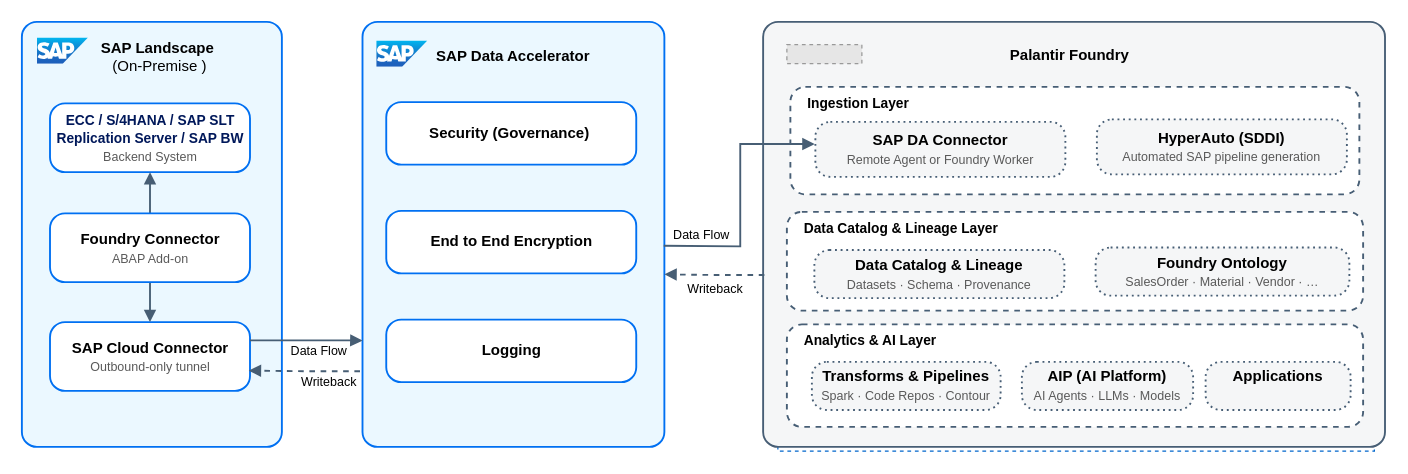
Before: docs/ref-arch/RA0032/1-integration-with-palantir/drawio/sap-data-accelerator-palantir.drawio in SAP/architecture-center, a draw.io diagram. Source tidied: cells renumbered, new cells numbered last; positions are measured from the earlier drawing's top-left corner, leaving out a move shared by most shapes. Both pictures are drawn from the tidied source at 125%, with x=0, y=0 at pixel (21, 21). Pictures stored in the file or linked from it are replaced by grey dashed boxes.
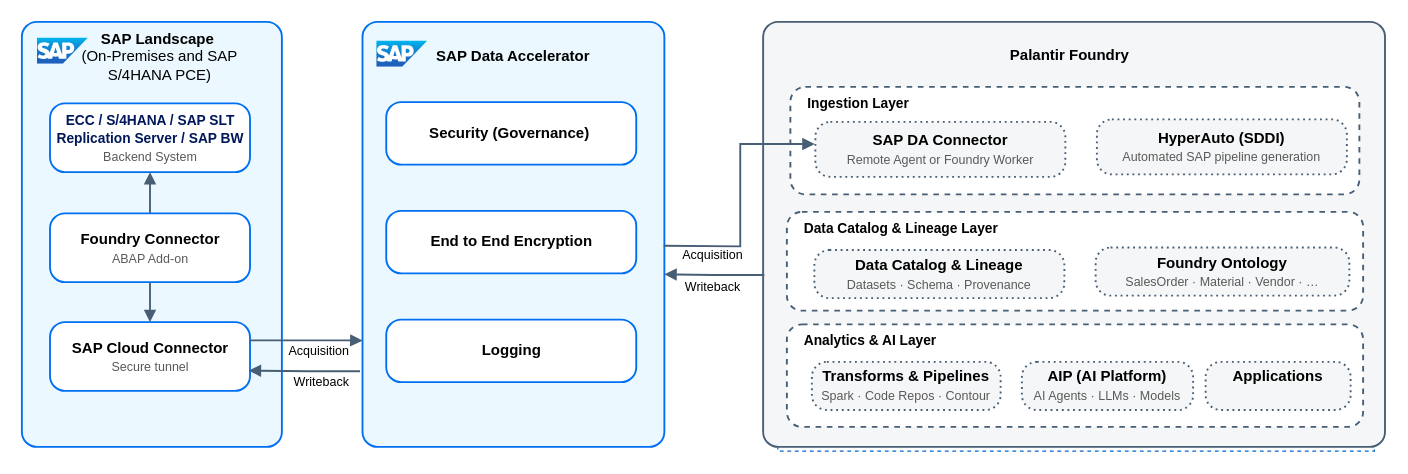
After the change.

Commit message (it also covers changes not shown here):
Fix: update diagrams — solid writeback arrows, Acquisition labels, SAP Landscape label, Secure tunnel

Diff of the diagram source:
```diff
@@
-    <mxCell id="7" value="&lt;b&gt;SAP Cloud Connector&lt;/b&gt;&lt;br/&gt;&lt;span style='font-size:10px;color:#595959'&gt;Outbound-only tunnel&lt;/span&gt;" style="rounded=1;arcSize=24;strokeColor=#0070F2;fillColor=#ffffff;fontColor=default;fontFamily=Helvetica;fontSize=12;strokeWidth=1.5;whiteSpace=wrap;html=1;verticalAlign=middle;align=center;absoluteArcSize=1;" parent="1" vertex="1">
+    <mxCell id="7" value="&lt;b&gt;SAP Cloud Connector&lt;/b&gt;&lt;br/&gt;&lt;span style='font-size:10px;color:#595959'&gt;Secure tunnel&lt;/span&gt;" style="rounded=1;arcSize=24;strokeColor=#0070F2;fillColor=#ffffff;fontColor=default;fontFamily=Helvetica;fontSize=12;strokeWidth=1.5;whiteSpace=wrap;html=1;verticalAlign=middle;align=center;absoluteArcSize=1;" parent="1" vertex="1">
       <mxGeometry x="22.5" y="240.2" width="160" height="55" as="geometry" />
     </mxCell>
@@
-    <mxCell id="15" style="edgeStyle=orthogonalEdgeStyle;rounded=0;orthogonalLoop=1;jettySize=auto;html=1;entryX=0.994;entryY=0.609;entryDx=0;entryDy=0;entryPerimeter=0;dashed=1;endArrow=block;endFill=1;strokeColor=#475E74;strokeWidth=1.5;" parent="1" edge="1">
+    <mxCell id="15" style="edgeStyle=orthogonalEdgeStyle;rounded=0;orthogonalLoop=1;jettySize=auto;html=1;entryX=0.994;entryY=0.609;entryDx=0;entryDy=0;entryPerimeter=0;endArrow=block;endFill=1;strokeColor=#475E74;strokeWidth=1.5;" parent="1" edge="1">
       <mxGeometry relative="1" as="geometry">
         <mxPoint x="270.5" y="279.5" as="sourcePoint" />
         <mxPoint x="181.5" y="279" as="targetPoint" />
         <Array as="points">
           <mxPoint x="230" y="279.5" />
         </Array>
       </mxGeometry>
     </mxCell>
-    <mxCell id="16" style="edgeStyle=orthogonalEdgeStyle;rounded=0;orthogonalLoop=1;jettySize=auto;html=1;dashed=1;strokeColor=#475E74;endArrow=block;endFill=1;strokeWidth=1.5;" parent="1" edge="1">
+    <mxCell id="16" style="edgeStyle=orthogonalEdgeStyle;rounded=0;orthogonalLoop=1;jettySize=auto;html=1;strokeColor=#475E74;endArrow=block;endFill=1;strokeWidth=1.5;" parent="1" edge="1">
       <mxGeometry relative="1" as="geometry">
         <mxPoint x="594" y="202.5" as="sourcePoint" />
         <mxPoint x="514" y="202" as="targetPoint" />
         <Array as="points">
           <mxPoint x="553.5" y="201.2" />
         </Array>
       </mxGeometry>
     </mxCell>
     <mxCell id="17" value="&lt;font style=&quot;font-size: 10px;&quot;&gt;Writeback&lt;/font&gt;" style="text;html=1;whiteSpace=wrap;strokeColor=none;fillColor=none;align=center;verticalAlign=middle;rounded=0;" parent="1" vertex="1">
-      <mxGeometry x="525" y="198" width="60" height="30" as="geometry" />
+      <mxGeometry x="523" y="197" width="60" height="30" as="geometry" />
     </mxCell>
     <mxCell id="18" value="&lt;font style=&quot;font-size: 10px;&quot;&gt;Writeback&lt;/font&gt;" style="text;html=1;whiteSpace=wrap;strokeColor=none;fillColor=none;align=center;verticalAlign=middle;rounded=0;" parent="1" vertex="1">
-      <mxGeometry x="216" y="272.5" width="60" height="30" as="geometry" />
+      <mxGeometry x="210" y="272.5" width="60" height="30" as="geometry" />
     </mxCell>
-    <mxCell id="19" value="&lt;font style=&quot;font-size: 10px;&quot;&gt;Data Flow&lt;/font&gt;" style="text;html=1;whiteSpace=wrap;strokeColor=none;fillColor=none;align=center;verticalAlign=middle;rounded=0;" parent="1" vertex="1">
+    <mxCell id="19" value="&lt;font style=&quot;font-size: 10px;&quot;&gt;Acquisition&lt;/font&gt;" style="text;html=1;whiteSpace=wrap;strokeColor=none;fillColor=none;align=center;verticalAlign=middle;rounded=0;" parent="1" vertex="1">
       <mxGeometry x="208" y="248" width="60" height="30" as="geometry" />
     </mxCell>
-    <mxCell id="20" value="&lt;font style=&quot;font-size: 10px;&quot;&gt;Data Flow&lt;/font&gt;" style="text;html=1;whiteSpace=wrap;strokeColor=none;fillColor=none;align=center;verticalAlign=middle;rounded=0;" parent="1" vertex="1">
-      <mxGeometry x="514" y="154.5" width="60" height="30" as="geometry" />
+    <mxCell id="20" value="&lt;font style=&quot;font-size: 10px;&quot;&gt;Acquisition&lt;/font&gt;" style="text;html=1;whiteSpace=wrap;strokeColor=none;fillColor=none;align=center;verticalAlign=middle;rounded=0;" parent="1" vertex="1">
+      <mxGeometry x="523" y="171.3" width="60" height="30" as="geometry" />
     </mxCell>
@@
-    <mxCell id="22" value="&lt;b&gt;SAP Landscape&amp;nbsp;&lt;/b&gt;&lt;div&gt;(On-Premise )&lt;/div&gt;" style="text;html=1;whiteSpace=wrap;strokeColor=none;fillColor=none;align=center;verticalAlign=middle;rounded=0;" parent="1" vertex="1">
+    <mxCell id="22" value="&lt;b&gt;SAP Landscape&amp;nbsp;&lt;/b&gt;&lt;div&gt;(On-Premises and SAP S/4HANA PCE)&lt;/div&gt;" style="text;html=1;whiteSpace=wrap;strokeColor=none;fillColor=none;align=center;verticalAlign=middle;rounded=0;" parent="1" vertex="1">
       <mxGeometry x="34.5" y="13" width="151" height="30" as="geometry" />
     </mxCell>
-    <mxCell id="23" style="fillColor=#E6E6E6;strokeColor=#999999;dashed=1;verticalLabelPosition=bottom;labelBackgroundColor=default;verticalAlign=top;" parent="1" vertex="1">
-      <mxGeometry x="612" y="18.2" width="60" height="15.2" as="geometry" />
-    </mxCell>
```
